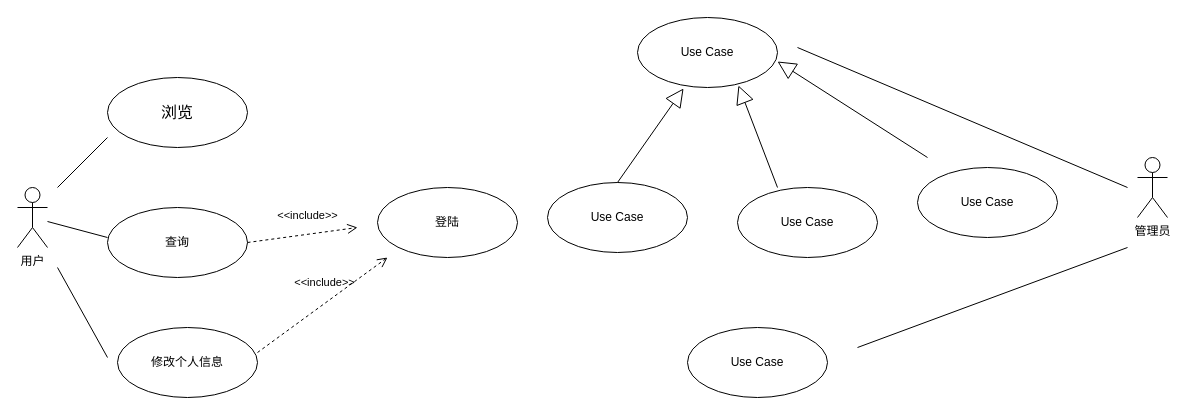
Above: Untitled Diagram.drawio in bthylaz/hello-world (draw.io), before the change. Source tidied: cells renumbered, new cells numbered last; positions are measured from the earlier drawing's top-left corner, leaving out a move shared by most shapes. Both pictures are drawn from the tidied source at 100%, with x=0, y=0 at pixel (17, 17).
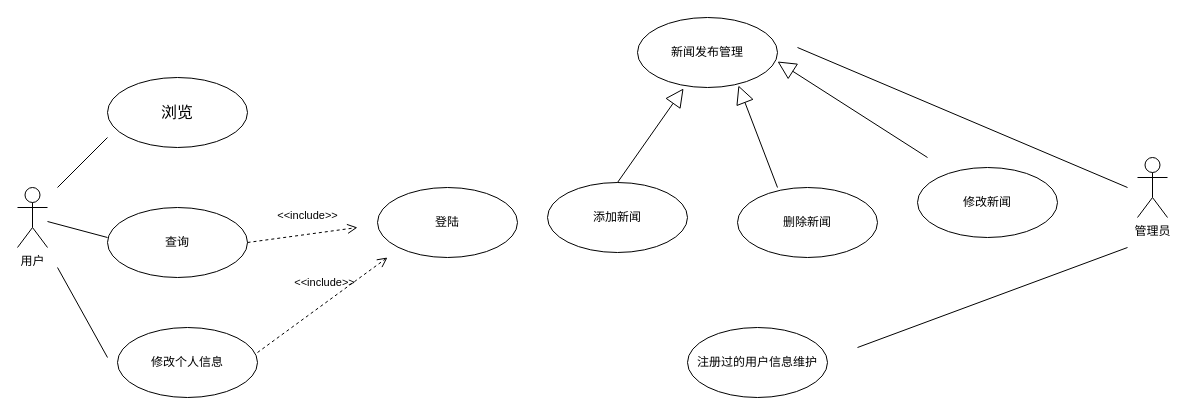
Above is the later version.

Change to the diagram source:
```diff
@@
-    <mxCell id="13" value="Use Case" style="ellipse;whiteSpace=wrap;html=1;" parent="1" vertex="1">
+    <mxCell id="13" value="注册过的用户信息维护" style="ellipse;whiteSpace=wrap;html=1;" parent="1" vertex="1">
       <mxGeometry x="670" y="310" width="140" height="70" as="geometry" />
     </mxCell>
-    <mxCell id="14" value="Use Case" style="ellipse;whiteSpace=wrap;html=1;" parent="1" vertex="1">
+    <mxCell id="14" value="新闻发布管理" style="ellipse;whiteSpace=wrap;html=1;" parent="1" vertex="1">
       <mxGeometry x="620" width="140" height="70" as="geometry" />
     </mxCell>
-    <mxCell id="15" value="Use Case" style="ellipse;whiteSpace=wrap;html=1;" parent="1" vertex="1">
+    <mxCell id="15" value="添加新闻" style="ellipse;whiteSpace=wrap;html=1;" parent="1" vertex="1">
       <mxGeometry x="530" y="165" width="140" height="70" as="geometry" />
     </mxCell>
-    <mxCell id="16" value="Use Case" style="ellipse;whiteSpace=wrap;html=1;" parent="1" vertex="1">
+    <mxCell id="16" value="删除新闻" style="ellipse;whiteSpace=wrap;html=1;" parent="1" vertex="1">
       <mxGeometry x="720" y="170" width="140" height="70" as="geometry" />
     </mxCell>
-    <mxCell id="17" value="Use Case" style="ellipse;whiteSpace=wrap;html=1;" parent="1" vertex="1">
+    <mxCell id="17" value="修改新闻" style="ellipse;whiteSpace=wrap;html=1;" parent="1" vertex="1">
       <mxGeometry x="900" y="150" width="140" height="70" as="geometry" />
     </mxCell>
```
